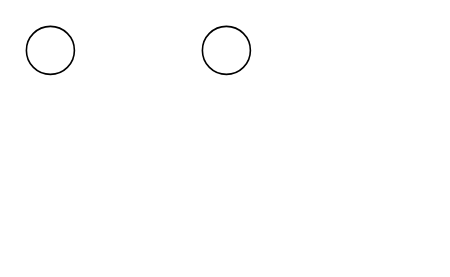
Above: 未命名绘图.drawio in Noctis-Xu/drawio (draw.io), before the change. Source tidied: cells renumbered, new cells numbered last; positions are measured from the earlier drawing's top-left corner, leaving out a move shared by most shapes. Both pictures are drawn from the tidied source at 160%, with x=0, y=0 at pixel (26, 26).
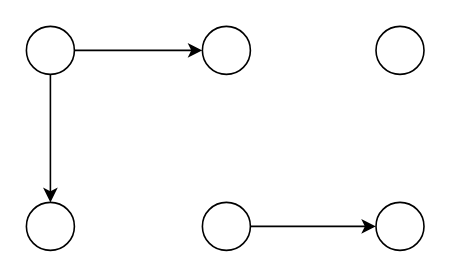
The same page after the edit.

Commit message (it also covers changes not shown here):
更新未命名绘图.drawio

Diff of the diagram source:
```diff
@@
 <mxGraphModel>
   <root>
     <mxCell id="0" />
     <mxCell id="1" parent="0" />
+    <mxCell id="4" style="edgeStyle=orthogonalEdgeStyle;rounded=0;jettySize=auto;html=1;exitX=1;exitY=0.5;exitDx=0;exitDy=0;entryX=0;entryY=0.5;entryDx=0;entryDy=0;" parent="1" edge="1" source="2" target="3">
+      <mxGeometry relative="1" as="geometry" />
+    </mxCell>
+    <mxCell id="5" style="edgeStyle=orthogonalEdgeStyle;rounded=0;jettySize=auto;html=1;" parent="1" edge="1" source="2" target="6">
+      <mxGeometry relative="1" as="geometry" />
+    </mxCell>
     <mxCell id="2" style="ellipse;fillColor=#ffffff;strokeColor=#000000;" parent="1" vertex="1">
       <mxGeometry width="30" height="30" as="geometry" />
     </mxCell>
     <mxCell id="3" style="ellipse;fillColor=#ffffff;strokeColor=#000000;" parent="1" vertex="1">
       <mxGeometry x="110" width="30" height="30" as="geometry" />
     </mxCell>
+    <mxCell id="6" style="ellipse;fillColor=#ffffff;strokeColor=#000000;" parent="1" vertex="1">
+      <mxGeometry y="110" width="30" height="30" as="geometry" />
+    </mxCell>
+    <mxCell id="7" style="edgeStyle=orthogonalEdgeStyle;rounded=0;jettySize=auto;html=1;exitX=1;exitY=0.5;exitDx=0;exitDy=0;entryX=0;entryY=0.5;entryDx=0;entryDy=0;" parent="1" edge="1" source="8" target="10">
+      <mxGeometry relative="1" as="geometry" />
+    </mxCell>
+    <mxCell id="8" style="ellipse;fillColor=#ffffff;strokeColor=#000000;" parent="1" vertex="1">
+      <mxGeometry x="110" y="110" width="30" height="30" as="geometry" />
+    </mxCell>
+    <mxCell id="9" style="ellipse;fillColor=#ffffff;strokeColor=#000000;" parent="1" vertex="1">
+      <mxGeometry x="218.5" width="30" height="30" as="geometry" />
+    </mxCell>
+    <mxCell id="10" style="ellipse;fillColor=#ffffff;strokeColor=#000000;" parent="1" vertex="1">
+      <mxGeometry x="218.5" y="110" width="30" height="30" as="geometry" />
+    </mxCell>
   </root>
 </mxGraphModel>
```
